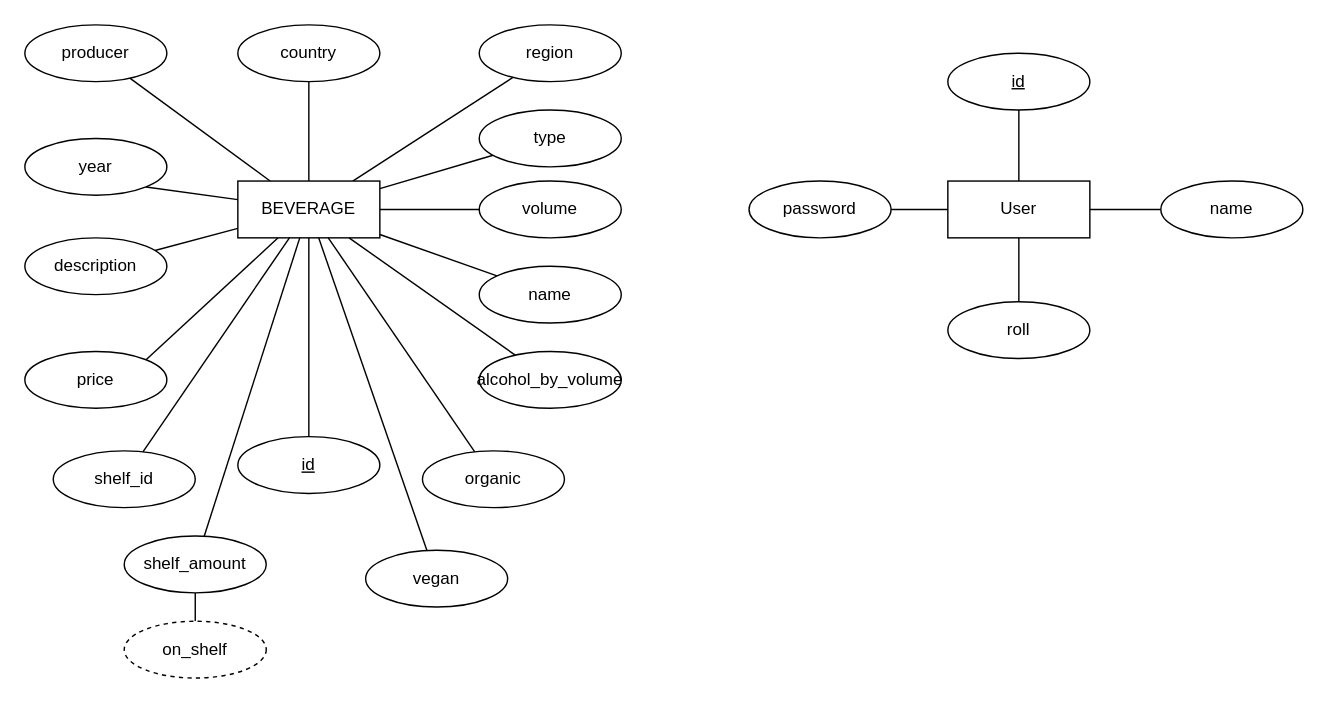
Before: ER.drawio in moaberglund/fullstack-project, a draw.io diagram. Source tidied: cells renumbered, new cells numbered last; positions are measured from the earlier drawing's top-left corner, leaving out a move shared by most shapes. Both pictures are drawn from the tidied source at 142%, with x=0, y=0 at pixel (24, 24).
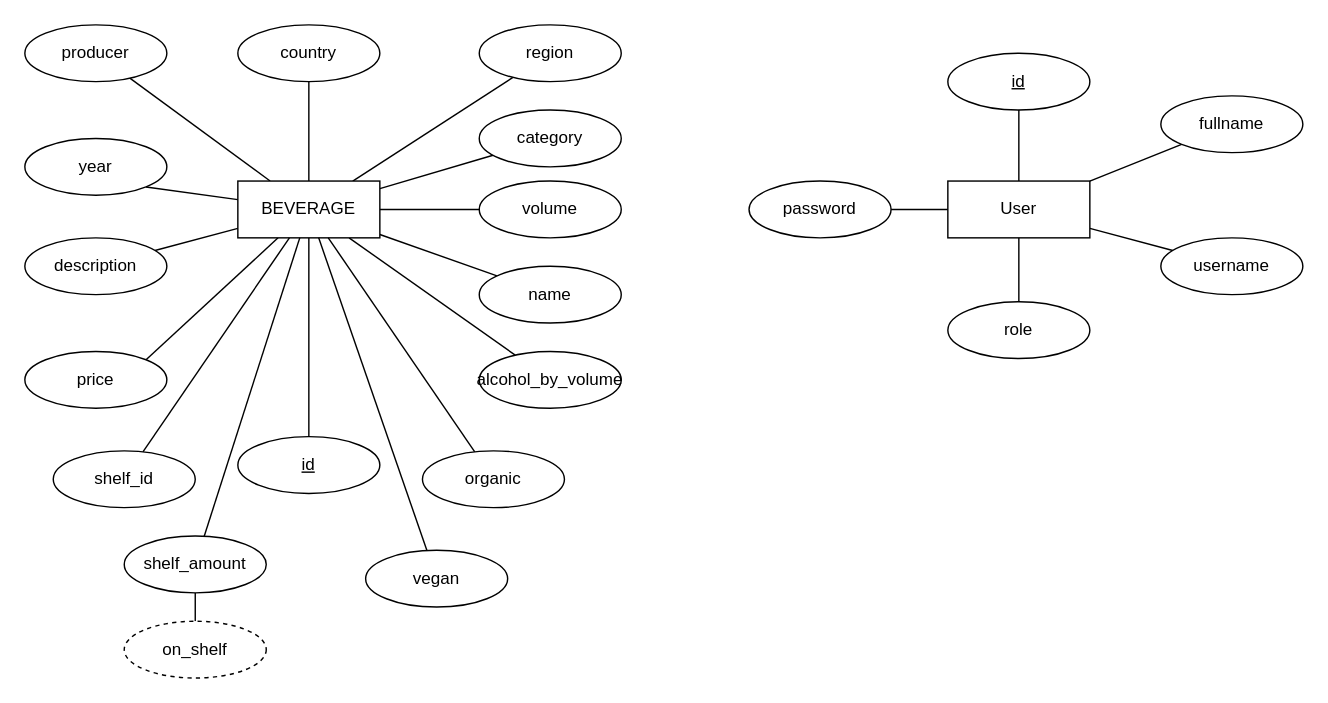
After the change.

Commit message:
lägg till kategori, helt namn + användarnamn

Unchanged cells that the change refers to:
```xml
<mxCell id="19" value="User" style="whiteSpace=wrap;html=1;align=center;" parent="1" vertex="1">
  <mxGeometry x="650" y="110" width="100" height="40" as="geometry" />
</mxCell>
```

Diff of the diagram source:
```diff
@@
+    <mxCell id="44" style="edgeStyle=none;html=1;endArrow=none;endFill=0;" parent="1" edge="1" source="19" target="45">
+      <mxGeometry relative="1" as="geometry" />
+    </mxCell>
@@
-    <mxCell id="21" value="name" style="ellipse;whiteSpace=wrap;html=1;align=center;" parent="1" vertex="1">
-      <mxGeometry x="800" y="110" width="100" height="40" as="geometry" />
+    <mxCell id="21" value="fullname" style="ellipse;whiteSpace=wrap;html=1;align=center;" parent="1" vertex="1">
+      <mxGeometry x="800" y="50" width="100" height="40" as="geometry" />
     </mxCell>
@@
-    <mxCell id="23" value="roll" style="ellipse;whiteSpace=wrap;html=1;align=center;" parent="1" vertex="1">
+    <mxCell id="23" value="role" style="ellipse;whiteSpace=wrap;html=1;align=center;" parent="1" vertex="1">
       <mxGeometry x="650" y="195" width="100" height="40" as="geometry" />
     </mxCell>
@@
-    <mxCell id="43" value="type" style="ellipse;whiteSpace=wrap;html=1;align=center;" parent="1" vertex="1">
+    <mxCell id="43" value="category" style="ellipse;whiteSpace=wrap;html=1;align=center;" parent="1" vertex="1">
       <mxGeometry x="320" y="60" width="100" height="40" as="geometry" />
     </mxCell>
+    <mxCell id="45" value="username" style="ellipse;whiteSpace=wrap;html=1;align=center;" parent="1" vertex="1">
+      <mxGeometry x="800" y="150" width="100" height="40" as="geometry" />
+    </mxCell>
```
